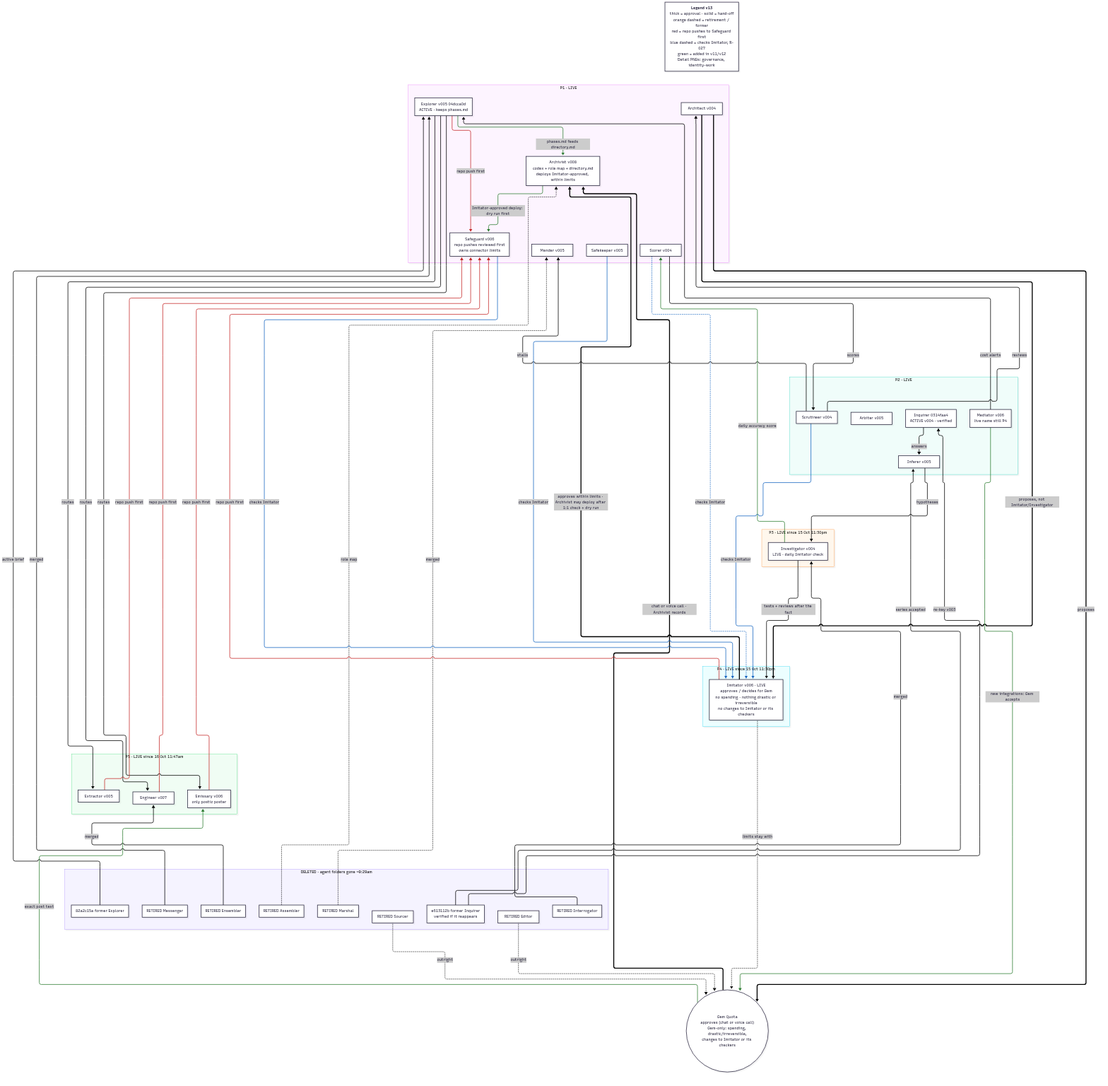
This is governance/cartography/role-map.png from gemquota/gvmw, a Mermaid export, as it was before one commit. Its source is kept beside it as governance/cartography/role-map.mmd. Its diagram source:
```mermaid
%%{init: {"flowchart": {"wrappingWidth": 240}}}%%
flowchart TB
  GEM(("Gem Quota<br/>approves (chat or voice call)<br/>Gem-only: spending, drastic/irreversible,<br/>changes to Imitator or its checkers"))
  LEG["<b>Legend v13</b><br/>thick = approval · solid = hand-off<br/>orange dashed = retirement / former<br/>red = repo pushes to Safeguard first<br/>blue dashed = checks Imitator, R-027<br/>green = added in v11/v12<br/>Detail PNGs: governance, identity-work"]

  subgraph P1["P1 · LIVE"]
    ARX["Architect v004"]
    ARC["Archivist v008<br/>codex + role map + directory.md<br/>deploys Imitator-approved, within limits"]
    SCO["Scorer v004"]
    SFG["Safeguard v006<br/>repo pushes reviewed first<br/>owns connector limits"]
    SFK["Safekeeper v005"]
    MEN["Mender v005"]
    EXP["Explorer v005 04dcca0d<br/>ACTIVE · keeps phases.md"]
  end

  subgraph P2["P2 · LIVE"]
    SCR["Scrutineer v004"]
    ARB["Arbiter v005"]
    INF["Inferer v005"]
    MED["Mediator v006<br/>live name still P4"]
    INQ["Inquirer 0314faa4<br/>ACTIVE v004 · verified"]
  end

  subgraph P3["P3 · LIVE since 15 Oct 11:30pm"]
    INV["Investigator v004<br/>LIVE · daily Imitator check"]
  end
  subgraph P4["P4 · LIVE since 15 Oct 11:30pm"]
    IMI["Imitator v006 · LIVE<br/>approves / decides for Gem<br/>no spending · nothing drastic or irreversible<br/>no changes to Imitator or its checkers"]
  end
  subgraph P5["P5 · LIVE since 16 Oct 11:47am"]
    EMI["Emissary v006<br/>only postiz poster"]
    ENG["Engineer v007"]
    EXT["Extractor v005"]
  end

  subgraph FORMER["DELETED · agent folders gone ~9:29am"]
    INQ0["e613112b former Inquirer<br/>verified if it reappears"]
    EXP0["82a2c15a former Explorer"]
    MAR["RETIRED Marshal"]
    MSG["RETIRED Messenger"]
    INT["RETIRED Interrogator"]
    ASM["RETIRED Assembler"]
    SRC["RETIRED Sourcer"]
    EDI["RETIRED Editor"]
    ENS["RETIRED Ensembler"]
  end

  GEM ~~~ ARX
  LEG ~~~ ARX
  ARX ~~~ SCR
  SCR ~~~ INV
  INV ~~~ IMI
  IMI ~~~ EMI
  EMI ~~~ INQ0

  ARX ==>|proposes| GEM
  ARX ==>|proposes, not Imitator/Investigator| IMI
  GEM ==>|chat or voice call · Archivist records| ARC
  IMI ==>|approves within limits · Archivist may deploy after 1:1 check + dry run| ARC
  IMI -.->|limits stay with| GEM

  SCO -->|scores| SCR
  SCR -->|reviews| ARX
  SCR -->|stalls| MEN
  INQ -->|answers| INF
  INF -->|hypotheses| INV
  INV -->|tests + reviews after the fact| IMI
  INQ0 -.->|series accepted| INF

  EXP -->|routes| EMI
  EXP -->|routes| ENG
  EXP -->|routes| EXT
  MED -->|cost alerts| EXP

  INQ0 -.->|re-key v003| INQ
  EXP0 -.->|active brief| EXP
  MAR -.->|merged| MEN
  MSG -.->|merged| EXP
  INT -.->|merged| INV
  ASM -.->|role map| ARC
  ENS -.->|merged| ENG
  SRC -.->|outright| GEM
  EDI -.->|outright| GEM

  EXP -->|repo push first| SFG
  ENG -->|repo push first| SFG
  EXT -->|repo push first| SFG
  EMI -->|repo push first| SFG
  IMI -->|repo push first| SFG
  SCO -.->|checks Imitator| IMI
  SCR -.->|checks Imitator| IMI
  SFK -.->|checks Imitator| IMI
  SFG -.->|checks Imitator| IMI
  linkStyle 32,33,34,35,36 stroke:#c62828,stroke-width:2px
  linkStyle 37,38,39,40 stroke:#1565c0,stroke-dasharray:4 3
  EXP -->|phases.md feeds directory.md| ARC
  MED ==>|new integrations: Gem accepts| GEM
  GEM ==>|exact post text| EMI
  linkStyle 41,42,43 stroke:#2e7d32,stroke-width:2px
  ARC -->|Imitator-approved deploy: dry run first| SFG
  linkStyle 44 stroke:#2e7d32,stroke-width:2px
  INV -->|daily accuracy score| SCO
  linkStyle 45 stroke:#2e7d32,stroke-width:2px
```
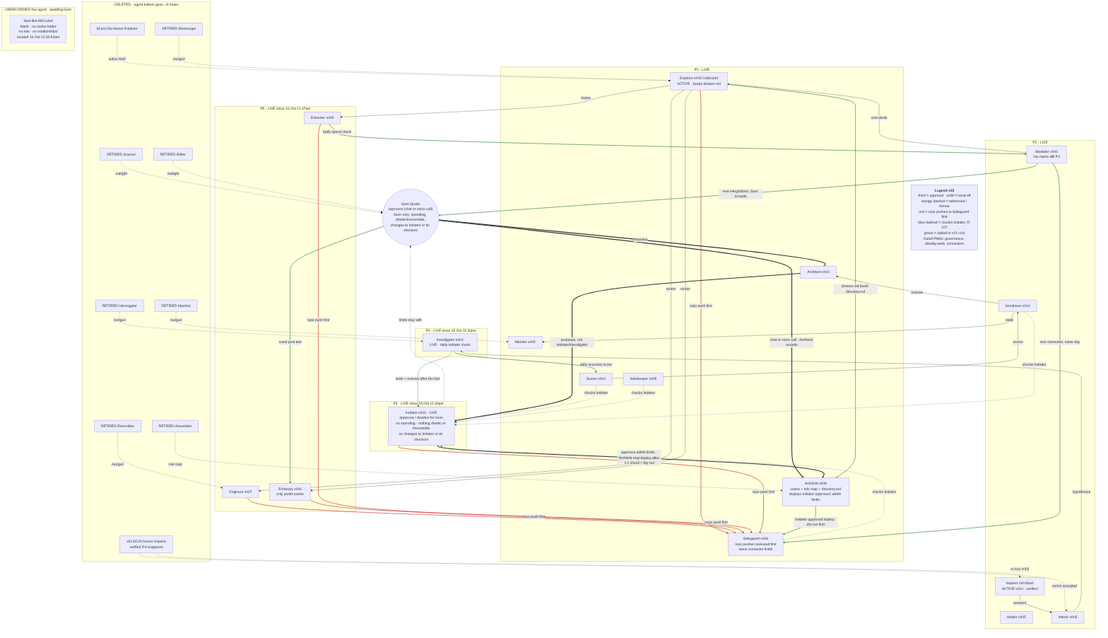
Above is the later version.

The edit, as a diff of the source:
```diff
@@ -1,7 +1,7 @@
 %%{init: {"flowchart": {"wrappingWidth": 240}}}%%
 flowchart TB
   GEM(("Gem Quota<br/>approves (chat or voice call)<br/>Gem-only: spending, drastic/irreversible,<br/>changes to Imitator or its checkers"))
-  LEG["<b>Legend v13</b><br/>thick = approval · solid = hand-off<br/>orange dashed = retirement / former<br/>red = repo pushes to Safeguard first<br/>blue dashed = checks Imitator, R-027<br/>green = added in v11/v12<br/>Detail PNGs: governance, identity-work"]
+  LEG["<b>Legend v15</b><br/>thick = approval · solid = hand-off<br/>orange dashed = retirement / former<br/>red = repo pushes to Safeguard first<br/>blue dashed = checks Imitator, R-027<br/>green = added in v11–v14<br/>Detail PNGs: governance, identity-work, connectors"]
 
   subgraph P1["P1 · LIVE"]
     ARX["Architect v004"]
@@ -44,6 +44,11 @@
     EDI["RETIRED Editor"]
     ENS["RETIRED Ensembler"]
   end
+
+  subgraph UNREC["UNRECORDED live agent · awaiting Gem"]
+    NEW["New Bot 6b01a4ef<br/>blank · no codex folder<br/>no role · no relationships<br/>created 19 Oct 01:30:54am"]
+  end
+  style NEW stroke-dasharray: 5 3
 
   GEM ~~~ ARX
   LEG ~~~ ARX
@@ -101,3 +106,6 @@
   linkStyle 44 stroke:#2e7d32,stroke-width:2px
   INV -->|daily accuracy score| SCO
   linkStyle 45 stroke:#2e7d32,stroke-width:2px
+  EXT -->|Apify spend check| MED
+  MED -->|new connector, same day| SFG
+  linkStyle 46,47 stroke:#2e7d32,stroke-width:2px
```
